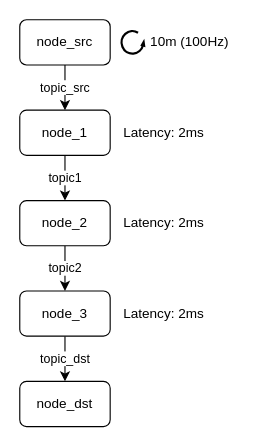
Earlier version of the draw.io diagram page "sample_0" (1 of 6) of node_diagram.drawio (takeshi-iwanari/caret_sample). Source tidied: cells renumbered, new cells numbered last; positions are measured from the earlier drawing's top-left corner, leaving out a move shared by most shapes. Both pictures are drawn from the tidied source at 113%, with x=0, y=0 at pixel (19, 19).
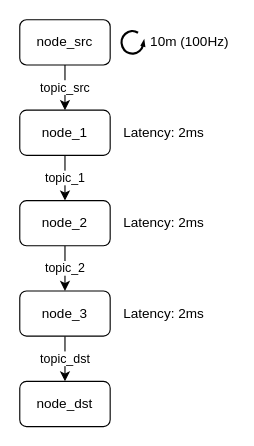
Above is the later version.

The edit, as a diff of the source:
```diff
@@
 <mxGraphModel>
   <root>
     <mxCell id="0" />
     <mxCell id="1" parent="0" />
     <mxCell id="2" value="topic_src" style="edgeStyle=none;html=1;" parent="1" edge="1" source="3" target="5">
       <mxGeometry relative="1" as="geometry" />
     </mxCell>
     <mxCell id="3" value="node_src" style="rounded=1;whiteSpace=wrap;html=1;" parent="1" vertex="1">
       <mxGeometry width="80" height="40" as="geometry" />
     </mxCell>
-    <mxCell id="4" value="topic1" style="edgeStyle=none;html=1;" parent="1" edge="1" source="5" target="7">
+    <mxCell id="4" value="topic_1" style="edgeStyle=none;html=1;" parent="1" edge="1" source="5" target="7">
       <mxGeometry relative="1" as="geometry" />
     </mxCell>
     <mxCell id="5" value="node_1" style="rounded=1;whiteSpace=wrap;html=1;" parent="1" vertex="1">
       <mxGeometry y="80" width="80" height="40" as="geometry" />
     </mxCell>
-    <mxCell id="6" value="topic2" style="edgeStyle=none;html=1;" parent="1" edge="1" source="7" target="9">
+    <mxCell id="6" value="topic_2" style="edgeStyle=none;html=1;" parent="1" edge="1" source="7" target="9">
       <mxGeometry relative="1" as="geometry" />
     </mxCell>
     <mxCell id="7" value="node_2" style="rounded=1;whiteSpace=wrap;html=1;" parent="1" vertex="1">
       <mxGeometry y="160" width="80" height="40" as="geometry" />
     </mxCell>
     <mxCell id="8" value="topic_dst" style="edgeStyle=none;html=1;" parent="1" edge="1" source="9" target="10">
       <mxGeometry relative="1" as="geometry" />
     </mxCell>
     <mxCell id="9" value="node_3" style="rounded=1;whiteSpace=wrap;html=1;" parent="1" vertex="1">
       <mxGeometry y="240" width="80" height="40" as="geometry" />
     </mxCell>
     <mxCell id="10" value="node_dst" style="rounded=1;whiteSpace=wrap;html=1;" parent="1" vertex="1">
       <mxGeometry y="320" width="80" height="40" as="geometry" />
     </mxCell>
     <mxCell id="11" style="verticalLabelPosition=bottom;html=1;verticalAlign=top;strokeWidth=2;shape=mxgraph.lean_mapping.physical_pull;gradientColor=#ffffff;" parent="1" vertex="1">
       <mxGeometry x="90" y="10" width="20" height="20" as="geometry" />
     </mxCell>
     <mxCell id="12" value="10m (100Hz)" style="text;html=1;align=center;verticalAlign=middle;strokeColor=none;fillColor=none;" parent="1" vertex="1">
       <mxGeometry x="110" y="10" width="80" height="20" as="geometry" />
     </mxCell>
     <mxCell id="13" value="Latency: 2ms" style="text;html=1;align=left;verticalAlign=middle;strokeColor=none;fillColor=none;" parent="1" vertex="1">
       <mxGeometry x="90" y="90" width="90" height="20" as="geometry" />
     </mxCell>
     <mxCell id="14" value="Latency: 2ms" style="text;html=1;align=left;verticalAlign=middle;strokeColor=none;fillColor=none;" parent="1" vertex="1">
       <mxGeometry x="90" y="170" width="90" height="20" as="geometry" />
     </mxCell>
     <mxCell id="15" value="Latency: 2ms" style="text;html=1;align=left;verticalAlign=middle;strokeColor=none;fillColor=none;" parent="1" vertex="1">
       <mxGeometry x="90" y="250" width="90" height="20" as="geometry" />
     </mxCell>
   </root>
 </mxGraphModel>
```
